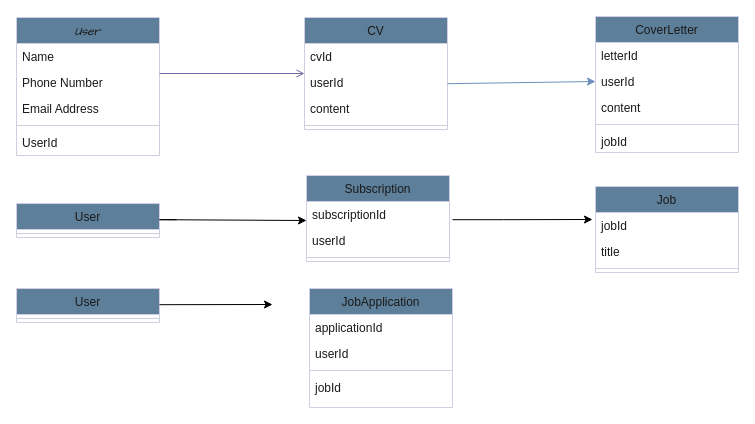
Cwengii/NextRole keeps this draw.io diagram as Domain Class Diagram.drawio. Above is the earlier version. Source tidied: cells renumbered, new cells numbered last; positions are measured from the earlier drawing's top-left corner, leaving out a move shared by most shapes. Both pictures are drawn from the tidied source at 100%, with x=0, y=0 at pixel (16, 16).
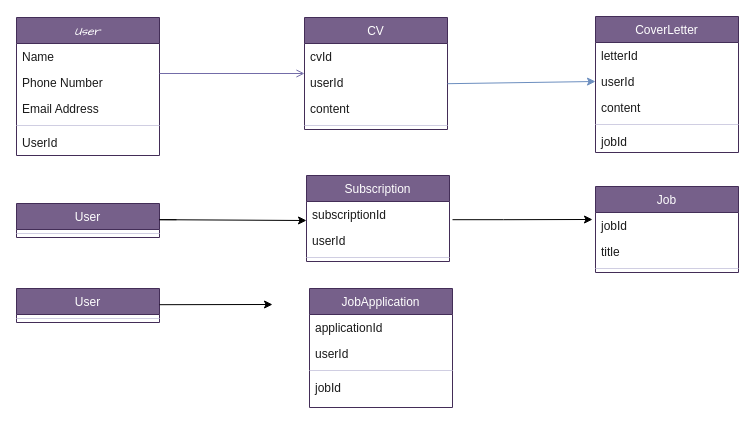
After the change.

What changed in the source:
```diff
@@
-    <mxCell id="2" value="User" style="swimlane;fontStyle=2;align=center;verticalAlign=top;horizontal=1;startSize=26;rounded=0;shadow=0;strokeWidth=1;labelBackgroundColor=none;fillColor=#5D7F99;strokeColor=#D0CEE2;fontColor=light-dark(#1A1A1A,#000000);fontFamily=Comic Sans MS;" parent="1" vertex="1">
+    <mxCell id="2" value="User" style="swimlane;fontStyle=2;align=center;verticalAlign=top;horizontal=1;startSize=26;rounded=0;shadow=0;strokeWidth=1;labelBackgroundColor=none;fillColor=#76608a;strokeColor=#432D57;fontColor=#ffffff;fontFamily=Comic Sans MS;" parent="1" vertex="1">
       <mxGeometry y="1" width="143" height="138" as="geometry" />
     </mxCell>
-    <mxCell id="3" value="Name" style="text;align=left;verticalAlign=top;spacingLeft=4;spacingRight=4;overflow=hidden;labelBackgroundColor=none;fontColor=#1A1A1A;" parent="2" vertex="1">
+    <mxCell id="3" value="Name" style="text;align=left;verticalAlign=top;spacingLeft=4;spacingRight=4;overflow=hidden;labelBackgroundColor=none;fontColor=light-dark(#1A1A1A, #000000);shadow=0;" parent="2" vertex="1">
       <mxGeometry y="26" width="143" height="26" as="geometry" />
     </mxCell>
-    <mxCell id="4" value="Phone Number" style="text;align=left;verticalAlign=top;spacingLeft=4;spacingRight=4;overflow=hidden;rounded=0;shadow=0;html=0;labelBackgroundColor=none;fontColor=#1A1A1A;" parent="2" vertex="1">
+    <mxCell id="4" value="Phone Number" style="text;align=left;verticalAlign=top;spacingLeft=4;spacingRight=4;overflow=hidden;rounded=0;shadow=0;html=0;labelBackgroundColor=none;fontColor=light-dark(#1A1A1A, #000000);" parent="2" vertex="1">
       <mxGeometry y="52" width="143" height="26" as="geometry" />
     </mxCell>
-    <mxCell id="5" value="Email Address" style="text;align=left;verticalAlign=top;spacingLeft=4;spacingRight=4;overflow=hidden;rounded=0;shadow=0;html=0;labelBackgroundColor=none;fontColor=#1A1A1A;" parent="2" vertex="1">
+    <mxCell id="5" value="Email Address" style="text;align=left;verticalAlign=top;spacingLeft=4;spacingRight=4;overflow=hidden;rounded=0;shadow=0;html=0;labelBackgroundColor=none;fontColor=light-dark(#1A1A1A, #000000);" parent="2" vertex="1">
       <mxGeometry y="78" width="143" height="26" as="geometry" />
     </mxCell>
-    <mxCell id="6" style="line;html=1;strokeWidth=1;align=left;verticalAlign=middle;spacingTop=-1;spacingLeft=3;spacingRight=3;labelPosition=right;labelBackgroundColor=none;fillColor=#5D7F99;strokeColor=#D0CEE2;fontColor=#1A1A1A;" parent="2" vertex="1">
+    <mxCell id="6" style="line;html=1;strokeWidth=1;align=left;verticalAlign=middle;spacingTop=-1;spacingLeft=3;spacingRight=3;labelPosition=right;labelBackgroundColor=none;fillColor=#5D7F99;strokeColor=#D0CEE2;fontColor=light-dark(#1A1A1A, #000000);shadow=0;" parent="2" vertex="1">
       <mxGeometry y="104" width="143" height="8" as="geometry" />
     </mxCell>
-    <mxCell id="7" value="UserId" style="text;align=left;verticalAlign=top;spacingLeft=4;spacingRight=4;overflow=hidden;labelBackgroundColor=none;fontColor=#1A1A1A;" parent="2" vertex="1">
+    <mxCell id="7" value="UserId" style="text;align=left;verticalAlign=top;spacingLeft=4;spacingRight=4;overflow=hidden;labelBackgroundColor=none;fontColor=light-dark(#1A1A1A, #000000);shadow=0;" parent="2" vertex="1">
       <mxGeometry y="112" width="143" height="26" as="geometry" />
     </mxCell>
-    <mxCell id="8" value="User" style="swimlane;fontStyle=0;align=center;verticalAlign=top;horizontal=1;startSize=26;rounded=0;shadow=0;strokeWidth=1;labelBackgroundColor=none;fillColor=#5D7F99;strokeColor=#D0CEE2;fontColor=light-dark(#1A1A1A,#000000);" parent="1" vertex="1">
+    <mxCell id="8" value="User" style="swimlane;fontStyle=0;align=center;verticalAlign=top;horizontal=1;startSize=26;rounded=0;shadow=0;strokeWidth=1;labelBackgroundColor=none;fillColor=#76608a;strokeColor=#432D57;fontColor=#ffffff;" parent="1" vertex="1">
       <mxGeometry y="187" width="143" height="34" as="geometry" />
     </mxCell>
-    <mxCell id="9" style="line;html=1;strokeWidth=1;align=left;verticalAlign=middle;spacingTop=-1;spacingLeft=3;spacingRight=3;labelPosition=right;labelBackgroundColor=none;fillColor=#5D7F99;strokeColor=#D0CEE2;fontColor=#1A1A1A;" parent="8" vertex="1">
+    <mxCell id="9" style="line;html=1;strokeWidth=1;align=left;verticalAlign=middle;spacingTop=-1;spacingLeft=3;spacingRight=3;labelPosition=right;labelBackgroundColor=none;fillColor=#5D7F99;strokeColor=#D0CEE2;fontColor=light-dark(#1A1A1A, #000000);shadow=0;" parent="8" vertex="1">
       <mxGeometry y="26" width="143" height="8" as="geometry" />
     </mxCell>
-    <mxCell id="10" value="User" style="swimlane;fontStyle=0;align=center;verticalAlign=top;horizontal=1;startSize=26;rounded=0;shadow=0;strokeWidth=1;labelBackgroundColor=none;fillColor=#5D7F99;strokeColor=#D0CEE2;fontColor=light-dark(#1A1A1A,#000000);" parent="1" vertex="1">
+    <mxCell id="10" value="User" style="swimlane;fontStyle=0;align=center;verticalAlign=top;horizontal=1;startSize=26;rounded=0;shadow=0;strokeWidth=1;labelBackgroundColor=none;fillColor=#76608a;strokeColor=#432D57;fontColor=#ffffff;" parent="1" vertex="1">
       <mxGeometry y="272" width="143" height="34" as="geometry" />
     </mxCell>
-    <mxCell id="11" style="line;html=1;strokeWidth=1;align=left;verticalAlign=middle;spacingTop=-1;spacingLeft=3;spacingRight=3;labelPosition=right;labelBackgroundColor=none;fillColor=#5D7F99;strokeColor=#D0CEE2;fontColor=#1A1A1A;" parent="10" vertex="1">
+    <mxCell id="11" style="line;html=1;strokeWidth=1;align=left;verticalAlign=middle;spacingTop=-1;spacingLeft=3;spacingRight=3;labelPosition=right;labelBackgroundColor=none;fillColor=#5D7F99;strokeColor=#D0CEE2;fontColor=light-dark(#1A1A1A, #000000);shadow=0;" parent="10" vertex="1">
       <mxGeometry y="26" width="143" height="8" as="geometry" />
     </mxCell>
-    <mxCell id="12" value="CV" style="swimlane;fontStyle=0;align=center;verticalAlign=top;horizontal=1;startSize=26;rounded=0;shadow=0;strokeWidth=1;labelBackgroundColor=none;fillColor=#5D7F99;strokeColor=#D0CEE2;fontColor=light-dark(#1A1A1A,#000000);" parent="1" vertex="1">
+    <mxCell id="12" value="CV" style="swimlane;fontStyle=0;align=center;verticalAlign=top;horizontal=1;startSize=26;rounded=0;shadow=0;strokeWidth=1;labelBackgroundColor=none;fillColor=#76608a;fontColor=#ffffff;strokeColor=#432D57;" parent="1" vertex="1">
       <mxGeometry x="288" y="1" width="143" height="112" as="geometry" />
     </mxCell>
-    <mxCell id="13" value="cvId" style="text;align=left;verticalAlign=top;spacingLeft=4;spacingRight=4;overflow=hidden;labelBackgroundColor=none;fontColor=#1A1A1A;" parent="12" vertex="1">
+    <mxCell id="13" value="cvId" style="text;align=left;verticalAlign=top;spacingLeft=4;spacingRight=4;overflow=hidden;labelBackgroundColor=none;fontColor=light-dark(#1A1A1A, #000000);shadow=0;" parent="12" vertex="1">
       <mxGeometry y="26" width="143" height="26" as="geometry" />
     </mxCell>
-    <mxCell id="14" value="userId" style="text;align=left;verticalAlign=top;spacingLeft=4;spacingRight=4;overflow=hidden;rounded=0;shadow=0;html=0;labelBackgroundColor=none;fontColor=#1A1A1A;" parent="12" vertex="1">
+    <mxCell id="14" value="userId" style="text;align=left;verticalAlign=top;spacingLeft=4;spacingRight=4;overflow=hidden;rounded=0;shadow=0;html=0;labelBackgroundColor=none;fontColor=light-dark(#1A1A1A, #000000);" parent="12" vertex="1">
       <mxGeometry y="52" width="143" height="26" as="geometry" />
     </mxCell>
-    <mxCell id="15" value="content " style="text;align=left;verticalAlign=top;spacingLeft=4;spacingRight=4;overflow=hidden;rounded=0;shadow=0;html=0;labelBackgroundColor=none;fontColor=#1A1A1A;" parent="12" vertex="1">
+    <mxCell id="15" value="content " style="text;align=left;verticalAlign=top;spacingLeft=4;spacingRight=4;overflow=hidden;rounded=0;shadow=0;html=0;labelBackgroundColor=none;fontColor=light-dark(#1A1A1A, #000000);" parent="12" vertex="1">
       <mxGeometry y="78" width="143" height="26" as="geometry" />
     </mxCell>
-    <mxCell id="16" style="line;html=1;strokeWidth=1;align=left;verticalAlign=middle;spacingTop=-1;spacingLeft=3;spacingRight=3;labelPosition=right;labelBackgroundColor=none;fillColor=#5D7F99;strokeColor=#D0CEE2;fontColor=#1A1A1A;" parent="12" vertex="1">
+    <mxCell id="16" style="line;html=1;strokeWidth=1;align=left;verticalAlign=middle;spacingTop=-1;spacingLeft=3;spacingRight=3;labelPosition=right;labelBackgroundColor=none;fillColor=#5D7F99;strokeColor=#D0CEE2;fontColor=light-dark(#1A1A1A, #000000);shadow=0;" parent="12" vertex="1">
       <mxGeometry y="104" width="143" height="8" as="geometry" />
     </mxCell>
-    <mxCell id="17" style="endArrow=open;shadow=0;strokeWidth=1;rounded=0;curved=0;endFill=1;edgeStyle=elbowEdgeStyle;elbow=vertical;labelBackgroundColor=none;strokeColor=#736CA8;fontColor=default;" parent="1" edge="1" source="2" target="12">
+    <mxCell id="17" style="endArrow=open;shadow=0;strokeWidth=1;rounded=0;curved=0;endFill=1;edgeStyle=elbowEdgeStyle;elbow=vertical;labelBackgroundColor=none;strokeColor=#736CA8;fontColor=light-dark(#1A1A1A, #000000);" parent="1" edge="1" source="2" target="12">
       <mxGeometry x="0.5" y="41" relative="1" as="geometry">
         <mxPoint x="-40" y="32" as="offset" />
       </mxGeometry>
     </mxCell>
-    <mxCell id="18" value="CoverLetter" style="swimlane;fontStyle=0;align=center;verticalAlign=top;horizontal=1;startSize=26;rounded=0;shadow=0;strokeWidth=1;labelBackgroundColor=none;fillColor=#5D7F99;strokeColor=#D0CEE2;fontColor=light-dark(#1A1A1A,#000000);" parent="1" vertex="1">
+    <mxCell id="18" value="CoverLetter" style="swimlane;fontStyle=0;align=center;verticalAlign=top;horizontal=1;startSize=26;rounded=0;shadow=0;strokeWidth=1;labelBackgroundColor=none;fillColor=#76608a;strokeColor=#432D57;fontColor=#ffffff;" parent="1" vertex="1">
       <mxGeometry x="579" width="143" height="136" as="geometry" />
     </mxCell>
-    <mxCell id="19" value="letterId" style="text;align=left;verticalAlign=top;spacingLeft=4;spacingRight=4;overflow=hidden;labelBackgroundColor=none;fontColor=#1A1A1A;" parent="18" vertex="1">
+    <mxCell id="19" value="letterId" style="text;align=left;verticalAlign=top;spacingLeft=4;spacingRight=4;overflow=hidden;labelBackgroundColor=none;fontColor=light-dark(#1A1A1A, #000000);shadow=0;" parent="18" vertex="1">
       <mxGeometry y="26" width="143" height="26" as="geometry" />
     </mxCell>
-    <mxCell id="20" value="userId" style="text;align=left;verticalAlign=top;spacingLeft=4;spacingRight=4;overflow=hidden;points=[[0,0.5],[1,0.5]];portConstraint=eastwest;rounded=0;shadow=0;html=0;labelBackgroundColor=none;fontColor=#1A1A1A;" parent="18" vertex="1">
+    <mxCell id="20" value="userId" style="text;align=left;verticalAlign=top;spacingLeft=4;spacingRight=4;overflow=hidden;points=[[0,0.5],[1,0.5]];portConstraint=eastwest;rounded=0;shadow=0;html=0;labelBackgroundColor=none;fontColor=light-dark(#1A1A1A, #000000);" parent="18" vertex="1">
       <mxGeometry y="52" width="143" height="26" as="geometry" />
     </mxCell>
-    <mxCell id="21" value="content " style="text;align=left;verticalAlign=top;spacingLeft=4;spacingRight=4;overflow=hidden;rounded=0;shadow=0;html=0;labelBackgroundColor=none;fontColor=#1A1A1A;" parent="18" vertex="1">
+    <mxCell id="21" value="content " style="text;align=left;verticalAlign=top;spacingLeft=4;spacingRight=4;overflow=hidden;rounded=0;shadow=0;html=0;labelBackgroundColor=none;fontColor=light-dark(#1A1A1A, #000000);" parent="18" vertex="1">
       <mxGeometry y="78" width="143" height="26" as="geometry" />
     </mxCell>
-    <mxCell id="22" style="line;html=1;strokeWidth=1;align=left;verticalAlign=middle;spacingTop=-1;spacingLeft=3;spacingRight=3;labelPosition=right;labelBackgroundColor=none;fillColor=#5D7F99;strokeColor=#D0CEE2;fontColor=#1A1A1A;" parent="18" vertex="1">
+    <mxCell id="22" style="line;html=1;strokeWidth=1;align=left;verticalAlign=middle;spacingTop=-1;spacingLeft=3;spacingRight=3;labelPosition=right;labelBackgroundColor=none;fillColor=#5D7F99;strokeColor=#D0CEE2;fontColor=light-dark(#1A1A1A, #000000);shadow=0;" parent="18" vertex="1">
       <mxGeometry y="104" width="143" height="8" as="geometry" />
     </mxCell>
-    <mxCell id="23" value="jobId" style="text;align=left;verticalAlign=top;spacingLeft=4;spacingRight=4;overflow=hidden;rounded=0;shadow=0;html=0;labelBackgroundColor=none;fontColor=#1A1A1A;" parent="18" vertex="1">
+    <mxCell id="23" value="jobId" style="text;align=left;verticalAlign=top;spacingLeft=4;spacingRight=4;overflow=hidden;rounded=0;shadow=0;html=0;labelBackgroundColor=none;fontColor=light-dark(#1A1A1A, #000000);" parent="18" vertex="1">
       <mxGeometry y="112" width="143" height="24" as="geometry" />
     </mxCell>
-    <mxCell id="24" style="edgeStyle=none;jettySize=auto;html=1;rounded=0;fontFamily=Helvetica;fontSize=12;fontColor=default;entryX=0;entryY=0.5;entryDx=0;entryDy=0;fillColor=#dae8fc;strokeColor=#6c8ebf;" parent="1" edge="1" target="20">
+    <mxCell id="24" style="edgeStyle=none;jettySize=auto;html=1;rounded=0;fontFamily=Helvetica;fontSize=12;fontColor=light-dark(#1A1A1A, #000000);entryX=0;entryY=0.5;entryDx=0;entryDy=0;fillColor=#dae8fc;strokeColor=#6c8ebf;labelBackgroundColor=none;shadow=0;" parent="1" edge="1" target="20">
       <mxGeometry relative="1" as="geometry">
         <mxPoint x="431" y="67.2" as="sourcePoint" />
       </mxGeometry>
     </mxCell>
-    <mxCell id="25" style="edgeStyle=none;orthogonalLoop=1;jettySize=auto;html=1;rounded=0;fontFamily=Helvetica;fontSize=12;fontColor=default;" parent="1" edge="1">
+    <mxCell id="25" style="edgeStyle=none;orthogonalLoop=1;jettySize=auto;html=1;rounded=0;fontFamily=Helvetica;fontSize=12;fontColor=light-dark(#1A1A1A, #000000);labelBackgroundColor=none;shadow=0;" parent="1" edge="1">
       <mxGeometry relative="1" as="geometry">
         <mxPoint x="160" y="203.2" as="sourcePoint" />
         <mxPoint x="290" y="204" as="targetPoint" />
         <Array as="points">
           <mxPoint x="143" y="203.2" />
         </Array>
       </mxGeometry>
     </mxCell>
-    <mxCell id="26" style="edgeStyle=none;orthogonalLoop=1;jettySize=auto;html=1;rounded=0;fontFamily=Helvetica;fontSize=12;fontColor=default;" parent="1" edge="1">
+    <mxCell id="26" style="edgeStyle=none;orthogonalLoop=1;jettySize=auto;html=1;rounded=0;fontFamily=Helvetica;fontSize=12;fontColor=light-dark(#1A1A1A, #000000);labelBackgroundColor=none;shadow=0;" parent="1" edge="1">
       <mxGeometry relative="1" as="geometry">
         <mxPoint x="143" y="288.2" as="sourcePoint" />
         <mxPoint x="256" y="288" as="targetPoint" />
       </mxGeometry>
     </mxCell>
-    <mxCell id="27" value="Subscription" style="swimlane;fontStyle=0;align=center;verticalAlign=top;horizontal=1;startSize=26;rounded=0;shadow=0;strokeWidth=1;labelBackgroundColor=none;fillColor=#5D7F99;strokeColor=#D0CEE2;fontColor=light-dark(#1A1A1A,#000000);" parent="1" vertex="1">
+    <mxCell id="27" value="Subscription" style="swimlane;fontStyle=0;align=center;verticalAlign=top;horizontal=1;startSize=26;rounded=0;shadow=0;strokeWidth=1;labelBackgroundColor=none;fillColor=#76608a;strokeColor=#432D57;fontColor=#ffffff;" parent="1" vertex="1">
       <mxGeometry x="290" y="159" width="143" height="86" as="geometry" />
     </mxCell>
-    <mxCell id="28" value="subscriptionId" style="text;align=left;verticalAlign=top;spacingLeft=4;spacingRight=4;overflow=hidden;labelBackgroundColor=none;fontColor=#1A1A1A;" parent="27" vertex="1">
+    <mxCell id="28" value="subscriptionId" style="text;align=left;verticalAlign=top;spacingLeft=4;spacingRight=4;overflow=hidden;labelBackgroundColor=none;fontColor=light-dark(#1A1A1A, #000000);shadow=0;" parent="27" vertex="1">
       <mxGeometry y="26" width="143" height="26" as="geometry" />
     </mxCell>
-    <mxCell id="29" value="userId" style="text;align=left;verticalAlign=top;spacingLeft=4;spacingRight=4;overflow=hidden;rounded=0;shadow=0;html=0;labelBackgroundColor=none;fontColor=#1A1A1A;" parent="27" vertex="1">
+    <mxCell id="29" value="userId" style="text;align=left;verticalAlign=top;spacingLeft=4;spacingRight=4;overflow=hidden;rounded=0;shadow=0;html=0;labelBackgroundColor=none;fontColor=light-dark(#1A1A1A, #000000);" parent="27" vertex="1">
       <mxGeometry y="52" width="143" height="26" as="geometry" />
     </mxCell>
-    <mxCell id="30" style="line;html=1;strokeWidth=1;align=left;verticalAlign=middle;spacingTop=-1;spacingLeft=3;spacingRight=3;labelPosition=right;labelBackgroundColor=none;fillColor=#5D7F99;strokeColor=#D0CEE2;fontColor=#1A1A1A;" parent="27" vertex="1">
+    <mxCell id="30" style="line;html=1;strokeWidth=1;align=left;verticalAlign=middle;spacingTop=-1;spacingLeft=3;spacingRight=3;labelPosition=right;labelBackgroundColor=none;fillColor=#5D7F99;strokeColor=#D0CEE2;fontColor=light-dark(#1A1A1A, #000000);shadow=0;" parent="27" vertex="1">
       <mxGeometry y="78" width="143" height="8" as="geometry" />
     </mxCell>
-    <mxCell id="31" value="JobApplication" style="swimlane;fontStyle=0;align=center;verticalAlign=top;horizontal=1;startSize=26;rounded=0;shadow=0;strokeWidth=1;labelBackgroundColor=none;fillColor=#5D7F99;strokeColor=#D0CEE2;fontColor=light-dark(#1A1A1A,#000000);" parent="1" vertex="1">
+    <mxCell id="31" value="JobApplication" style="swimlane;fontStyle=0;align=center;verticalAlign=top;horizontal=1;startSize=26;rounded=0;shadow=0;strokeWidth=1;labelBackgroundColor=none;fillColor=#76608a;strokeColor=#432D57;fontColor=#ffffff;" parent="1" vertex="1">
       <mxGeometry x="293" y="272" width="143" height="119" as="geometry" />
     </mxCell>
-    <mxCell id="32" value="applicationId" style="text;align=left;verticalAlign=top;spacingLeft=4;spacingRight=4;overflow=hidden;labelBackgroundColor=none;fontColor=#1A1A1A;" parent="31" vertex="1">
+    <mxCell id="32" value="applicationId" style="text;align=left;verticalAlign=top;spacingLeft=4;spacingRight=4;overflow=hidden;labelBackgroundColor=none;fontColor=light-dark(#1A1A1A, #000000);shadow=0;" parent="31" vertex="1">
       <mxGeometry y="26" width="143" height="26" as="geometry" />
     </mxCell>
-    <mxCell id="33" value="userId" style="text;align=left;verticalAlign=top;spacingLeft=4;spacingRight=4;overflow=hidden;rounded=0;shadow=0;html=0;labelBackgroundColor=none;fontColor=#1A1A1A;" parent="31" vertex="1">
+    <mxCell id="33" value="userId" style="text;align=left;verticalAlign=top;spacingLeft=4;spacingRight=4;overflow=hidden;rounded=0;shadow=0;html=0;labelBackgroundColor=none;fontColor=light-dark(#1A1A1A, #000000);" parent="31" vertex="1">
       <mxGeometry y="52" width="143" height="26" as="geometry" />
     </mxCell>
-    <mxCell id="34" style="line;html=1;strokeWidth=1;align=left;verticalAlign=middle;spacingTop=-1;spacingLeft=3;spacingRight=3;labelPosition=right;labelBackgroundColor=none;fillColor=#5D7F99;strokeColor=#D0CEE2;fontColor=#1A1A1A;" parent="31" vertex="1">
+    <mxCell id="34" style="line;html=1;strokeWidth=1;align=left;verticalAlign=middle;spacingTop=-1;spacingLeft=3;spacingRight=3;labelPosition=right;labelBackgroundColor=none;fillColor=#5D7F99;strokeColor=#D0CEE2;fontColor=light-dark(#1A1A1A, #000000);shadow=0;" parent="31" vertex="1">
       <mxGeometry y="78" width="143" height="8" as="geometry" />
     </mxCell>
-    <mxCell id="35" value="jobId" style="text;align=left;verticalAlign=top;spacingLeft=4;spacingRight=4;overflow=hidden;rounded=0;shadow=0;html=0;labelBackgroundColor=none;fontColor=#1A1A1A;" parent="31" vertex="1">
+    <mxCell id="35" value="jobId" style="text;align=left;verticalAlign=top;spacingLeft=4;spacingRight=4;overflow=hidden;rounded=0;shadow=0;html=0;labelBackgroundColor=none;fontColor=light-dark(#1A1A1A, #000000);" parent="31" vertex="1">
       <mxGeometry y="86" width="143" height="26" as="geometry" />
     </mxCell>
-    <mxCell id="36" value="Job" style="swimlane;fontStyle=0;align=center;verticalAlign=top;horizontal=1;startSize=26;rounded=0;shadow=0;strokeWidth=1;labelBackgroundColor=none;fillColor=#5D7F99;strokeColor=#D0CEE2;fontColor=light-dark(#1A1A1A,#000000);" parent="1" vertex="1">
+    <mxCell id="36" value="Job" style="swimlane;fontStyle=0;align=center;verticalAlign=top;horizontal=1;startSize=26;rounded=0;shadow=0;strokeWidth=1;labelBackgroundColor=none;fillColor=#76608a;strokeColor=#432D57;fontColor=#ffffff;" parent="1" vertex="1">
       <mxGeometry x="579" y="170" width="143" height="86" as="geometry" />
     </mxCell>
-    <mxCell id="37" value="jobId" style="text;align=left;verticalAlign=top;spacingLeft=4;spacingRight=4;overflow=hidden;labelBackgroundColor=none;fontColor=#1A1A1A;" parent="36" vertex="1">
+    <mxCell id="37" value="jobId" style="text;align=left;verticalAlign=top;spacingLeft=4;spacingRight=4;overflow=hidden;labelBackgroundColor=none;fontColor=light-dark(#1A1A1A, #000000);shadow=0;" parent="36" vertex="1">
       <mxGeometry y="26" width="143" height="26" as="geometry" />
     </mxCell>
-    <mxCell id="38" value="title" style="text;align=left;verticalAlign=top;spacingLeft=4;spacingRight=4;overflow=hidden;rounded=0;shadow=0;html=0;labelBackgroundColor=none;fontColor=#1A1A1A;" parent="36" vertex="1">
+    <mxCell id="38" value="title" style="text;align=left;verticalAlign=top;spacingLeft=4;spacingRight=4;overflow=hidden;rounded=0;shadow=0;html=0;labelBackgroundColor=none;fontColor=light-dark(#1A1A1A, #000000);" parent="36" vertex="1">
       <mxGeometry y="52" width="143" height="26" as="geometry" />
     </mxCell>
-    <mxCell id="39" style="line;html=1;strokeWidth=1;align=left;verticalAlign=middle;spacingTop=-1;spacingLeft=3;spacingRight=3;labelPosition=right;labelBackgroundColor=none;fillColor=#5D7F99;strokeColor=#D0CEE2;fontColor=#1A1A1A;" parent="36" vertex="1">
+    <mxCell id="39" style="line;html=1;strokeWidth=1;align=left;verticalAlign=middle;spacingTop=-1;spacingLeft=3;spacingRight=3;labelPosition=right;labelBackgroundColor=none;fillColor=#5D7F99;strokeColor=#D0CEE2;fontColor=light-dark(#1A1A1A, #000000);shadow=0;" parent="36" vertex="1">
       <mxGeometry y="78" width="143" height="8" as="geometry" />
     </mxCell>
-    <mxCell id="40" style="edgeStyle=none;orthogonalLoop=1;jettySize=auto;html=1;rounded=0;fontFamily=Helvetica;fontSize=12;fontColor=default;" parent="1" edge="1">
+    <mxCell id="40" style="edgeStyle=none;orthogonalLoop=1;jettySize=auto;html=1;rounded=0;fontFamily=Helvetica;fontSize=12;fontColor=light-dark(#1A1A1A, #000000);labelBackgroundColor=none;shadow=0;" parent="1" edge="1">
       <mxGeometry relative="1" as="geometry">
         <mxPoint x="436" y="203.2" as="sourcePoint" />
         <mxPoint x="576" y="203" as="targetPoint" />
         <Array as="points">
           <mxPoint x="487" y="203.2" />
         </Array>
       </mxGeometry>
     </mxCell>
```
